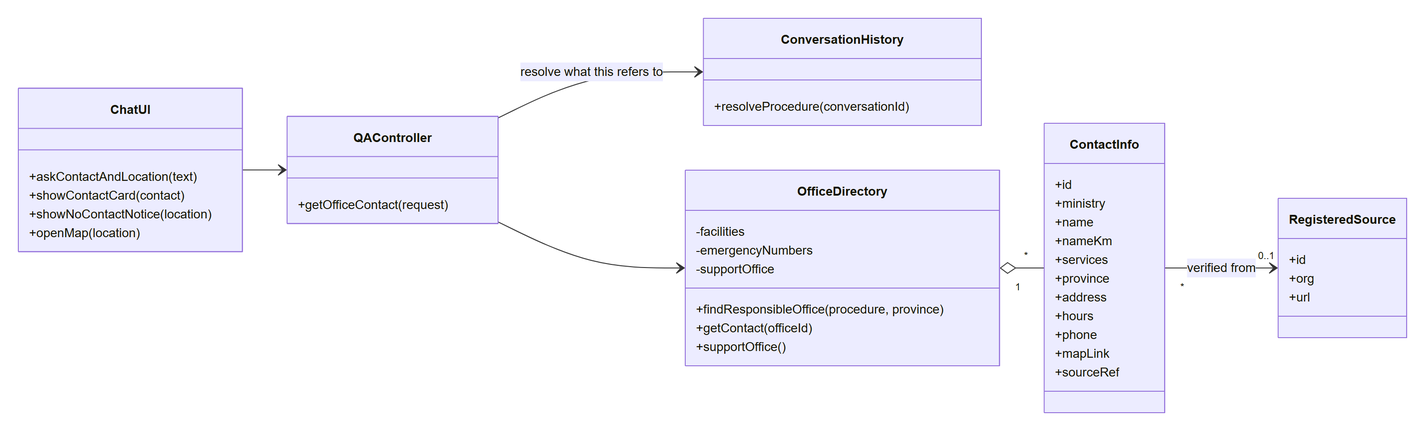
Earlier version of the Mermaid export docs/report2-diagrams/class-c-office-contact.png (Monunhh/Super-ask). Its source is kept beside it as docs/report2-diagrams/class-c-office-contact.mmd. Its diagram source:
```mermaid
classDiagram
    direction LR

    class ChatUI {
        +askContactAndLocation(text)
        +showContactCard(contact)
        +showNoContactNotice(location)
        +openMap(location)
    }
    class QAController {
        +getOfficeContact(request)
    }
    class ConversationHistory {
        +resolveProcedure(conversationId)
    }
    class OfficeDirectory {
        -facilities
        -emergencyNumbers
        -supportOffice
        +findResponsibleOffice(procedure, province)
        +getContact(officeId)
        +supportOffice()
    }
    class ContactInfo {
        +id
        +ministry
        +name
        +nameKm
        +services
        +province
        +address
        +hours
        +phone
        +mapLink
        +sourceRef
    }
    class RegisteredSource {
        +id
        +org
        +url
    }

    ChatUI --> QAController
    QAController --> ConversationHistory : resolve what this refers to
    QAController --> OfficeDirectory
    OfficeDirectory "1" o-- "*" ContactInfo
    ContactInfo "*" --> "0..1" RegisteredSource : verified from
```
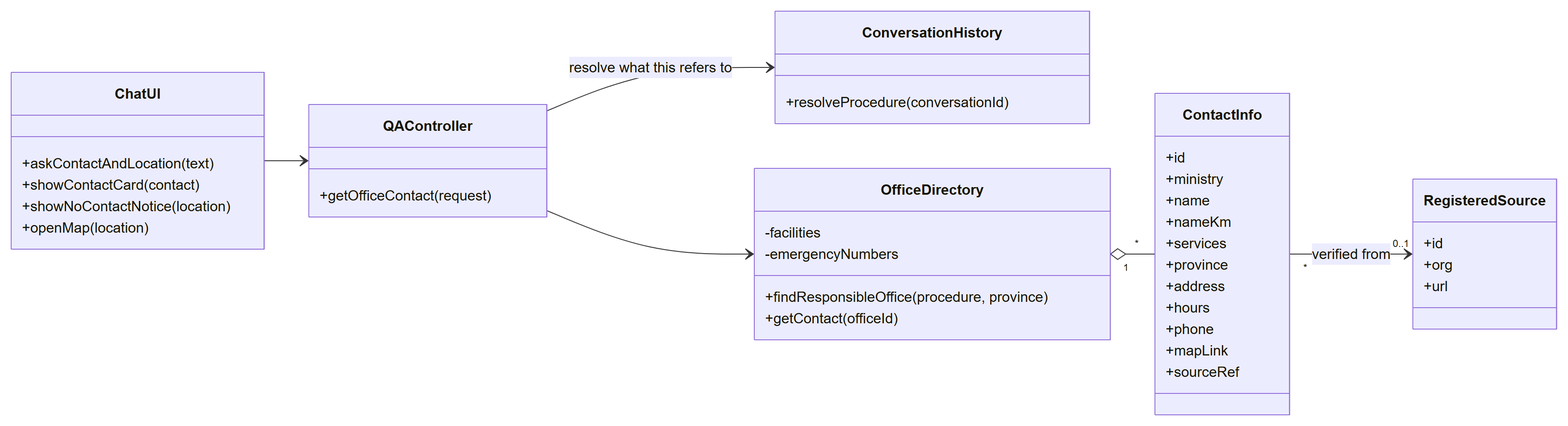
After the change.

Change to the diagram source:
```diff
@@ -16,10 +16,8 @@
     class OfficeDirectory {
         -facilities
         -emergencyNumbers
-        -supportOffice
         +findResponsibleOffice(procedure, province)
         +getContact(officeId)
-        +supportOffice()
     }
     class ContactInfo {
         +id
```
